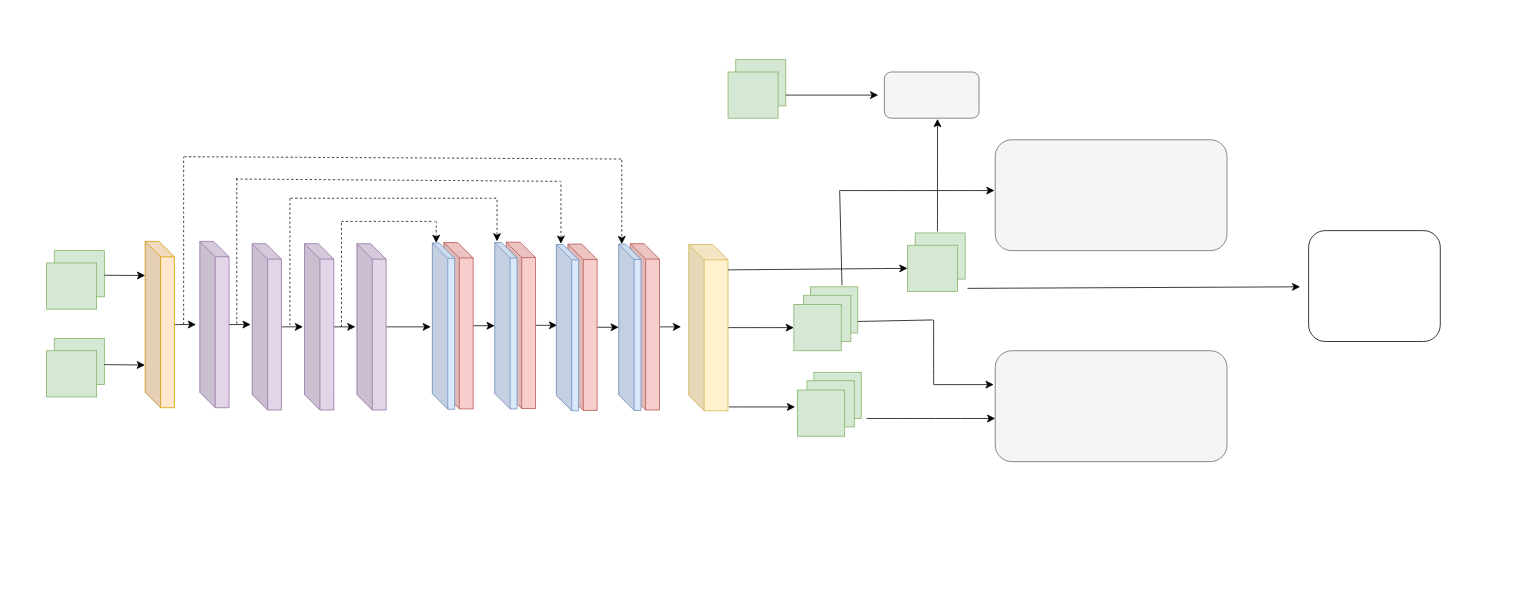
Before: Spatina Net.drawio in Yingda-Yu/Spartina-Earth, a draw.io diagram. Source tidied: cells renumbered, new cells numbered last; positions are measured from the earlier drawing's top-left corner, leaving out a move shared by most shapes. Both pictures are drawn from the tidied source at 77%, with x=0, y=0 at pixel (46, 59).
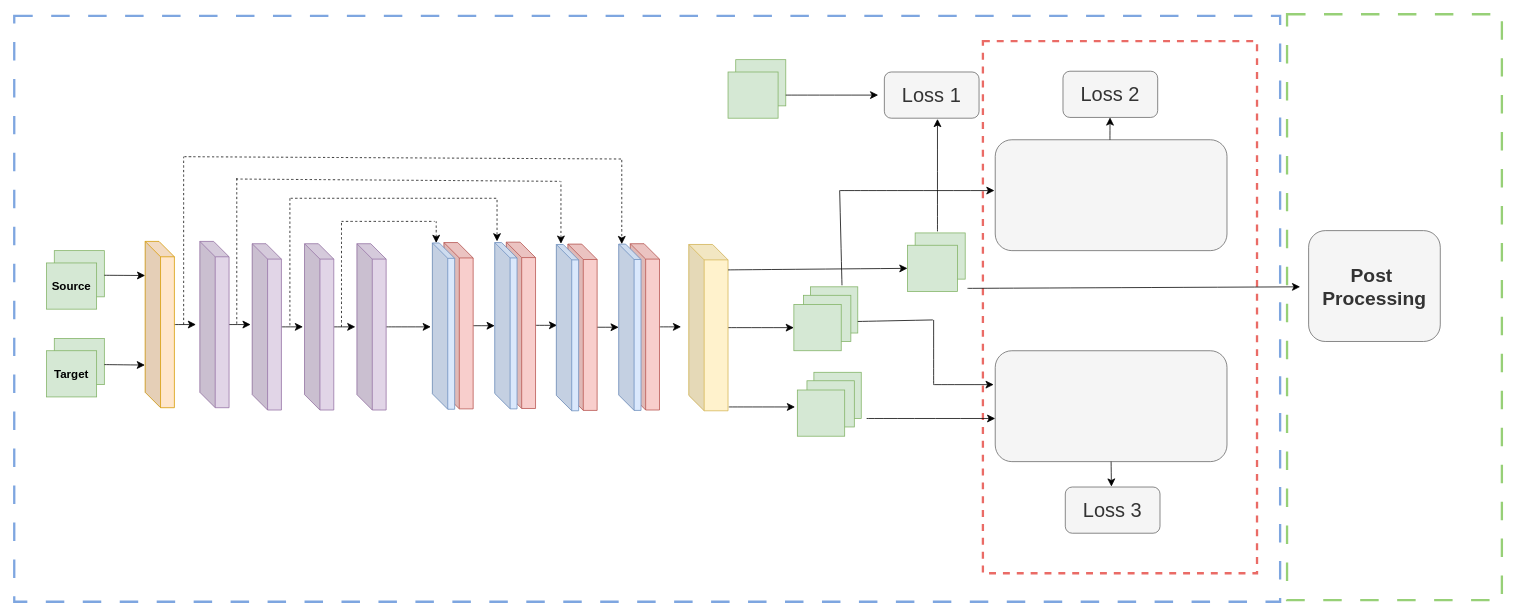
The same diagram, later.

The change refers to these unchanged cells:
```xml
<mxCell id="35" style="rounded=1;whiteSpace=wrap;html=1;fillColor=#f5f5f5;fontColor=#333333;strokeColor=#666666;" parent="1" vertex="1">
  <mxGeometry x="1232" y="378" width="301" height="144" as="geometry" />
</mxCell>
```

What changed in the source:
```diff
@@
+    <mxCell id="73" style="verticalLabelPosition=bottom;verticalAlign=top;html=1;shape=mxgraph.basic.rect;fillColor2=none;strokeWidth=3;size=0;indent=5;dashed=1;dashPattern=8 8;strokeColor=#97D077;" parent="1" vertex="1">
+      <mxGeometry x="1611" y="-59" width="279" height="761" as="geometry" />
+    </mxCell>
+    <mxCell id="74" style="verticalLabelPosition=bottom;verticalAlign=top;html=1;shape=mxgraph.basic.rect;fillColor2=none;strokeWidth=3;size=0;indent=5;dashed=1;dashPattern=8 8;strokeColor=#7EA6E0;" parent="1" vertex="1">
+      <mxGeometry x="-42" y="-57" width="1644" height="761" as="geometry" />
+    </mxCell>
+    <mxCell id="75" style="verticalLabelPosition=bottom;verticalAlign=top;html=1;shape=mxgraph.basic.rect;fillColor2=none;strokeWidth=3;size=0;indent=5;dashed=1;strokeColor=#EA6B66;" parent="1" vertex="1">
+      <mxGeometry x="1216" y="-24" width="356" height="691" as="geometry" />
+    </mxCell>
@@
-    <mxCell id="36" style="rounded=1;whiteSpace=wrap;html=1;" parent="1" vertex="1">
+    <mxCell id="36" value="&lt;font style=&quot;font-size: 25px;&quot;&gt;&lt;b&gt;Post&amp;nbsp;&lt;/b&gt;&lt;/font&gt;&lt;div&gt;&lt;font style=&quot;font-size: 25px;&quot;&gt;&lt;b&gt;Processing&lt;/b&gt;&lt;/font&gt;&lt;/div&gt;" style="rounded=1;whiteSpace=wrap;html=1;fillColor=#f5f5f5;fontColor=#333333;strokeColor=#666666;" parent="1" vertex="1">
       <mxGeometry x="1639" y="222" width="171" height="144" as="geometry" />
     </mxCell>
-    <mxCell id="37" style="rounded=0;whiteSpace=wrap;html=1;fillColor=#d5e8d4;strokeColor=#82b366;" parent="1" vertex="1">
+    <mxCell id="37" value="&lt;font style=&quot;font-size: 15px;&quot;&gt;&lt;b style=&quot;&quot;&gt;Target&lt;/b&gt;&lt;/font&gt;" style="rounded=0;whiteSpace=wrap;html=1;fillColor=#d5e8d4;strokeColor=#82b366;" parent="1" vertex="1">
       <mxGeometry y="378" width="65" height="60" as="geometry" />
     </mxCell>
@@
-    <mxCell id="39" style="rounded=0;whiteSpace=wrap;html=1;fillColor=#d5e8d4;strokeColor=#82b366;" parent="1" vertex="1">
+    <mxCell id="39" value="&lt;font style=&quot;font-size: 15px;&quot;&gt;&lt;b&gt;Source&lt;/b&gt;&lt;/font&gt;" style="rounded=0;whiteSpace=wrap;html=1;fillColor=#d5e8d4;strokeColor=#82b366;" parent="1" vertex="1">
       <mxGeometry y="264" width="65" height="60" as="geometry" />
     </mxCell>
@@
-    <mxCell id="52" style="rounded=1;whiteSpace=wrap;html=1;fillColor=#f5f5f5;fontColor=#333333;strokeColor=#666666;" parent="1" vertex="1">
+    <mxCell id="52" value="&lt;font style=&quot;font-size: 26px;&quot;&gt;Loss 1&lt;/font&gt;" style="rounded=1;whiteSpace=wrap;html=1;fillColor=#f5f5f5;fontColor=#333333;strokeColor=#666666;" parent="1" vertex="1">
       <mxGeometry x="1088" y="16" width="123" height="60" as="geometry" />
     </mxCell>
@@
+    <mxCell id="76" value="&lt;span style=&quot;font-size: 26px;&quot;&gt;Loss 2&lt;/span&gt;" style="rounded=1;whiteSpace=wrap;html=1;fillColor=#f5f5f5;fontColor=#333333;strokeColor=#666666;" parent="1" vertex="1">
+      <mxGeometry x="1320" y="15" width="123" height="60" as="geometry" />
+    </mxCell>
+    <mxCell id="77" value="&lt;span style=&quot;font-size: 26px;&quot;&gt;Loss 3&lt;/span&gt;" style="rounded=1;whiteSpace=wrap;html=1;fillColor=#f5f5f5;fontColor=#333333;strokeColor=#666666;" parent="1" vertex="1">
+      <mxGeometry x="1323" y="555" width="123" height="60" as="geometry" />
+    </mxCell>
+    <mxCell id="78" style="endArrow=classic;html=1;rounded=0;fontSize=12;startSize=8;endSize=8;curved=1;" parent="1" edge="1">
+      <mxGeometry relative="1" as="geometry">
+        <mxPoint x="1381" y="104" as="sourcePoint" />
+        <mxPoint x="1381.1" y="75" as="targetPoint" />
+      </mxGeometry>
+    </mxCell>
+    <mxCell id="79" style="endArrow=classic;html=1;rounded=0;fontSize=12;startSize=8;endSize=8;curved=1;exitX=0.5;exitY=1;exitDx=0;exitDy=0;entryX=0.487;entryY=-0.009;entryDx=0;entryDy=0;entryPerimeter=0;" parent="1" edge="1" source="35" target="77">
+      <mxGeometry relative="1" as="geometry" />
+    </mxCell>
```
